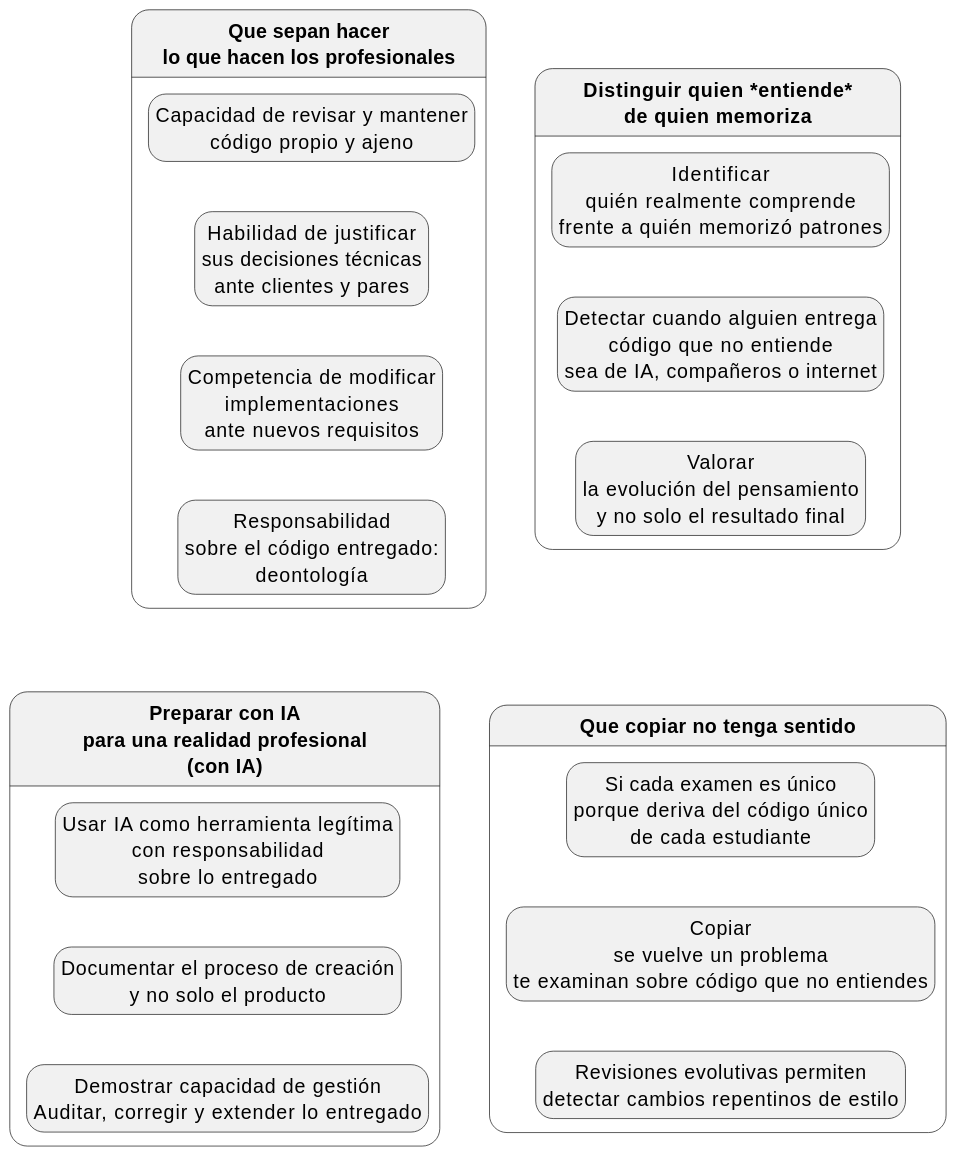
Earlier version of the PlantUML export images/modelosUML/queBuscamos.svg (mmasias/mmasias).
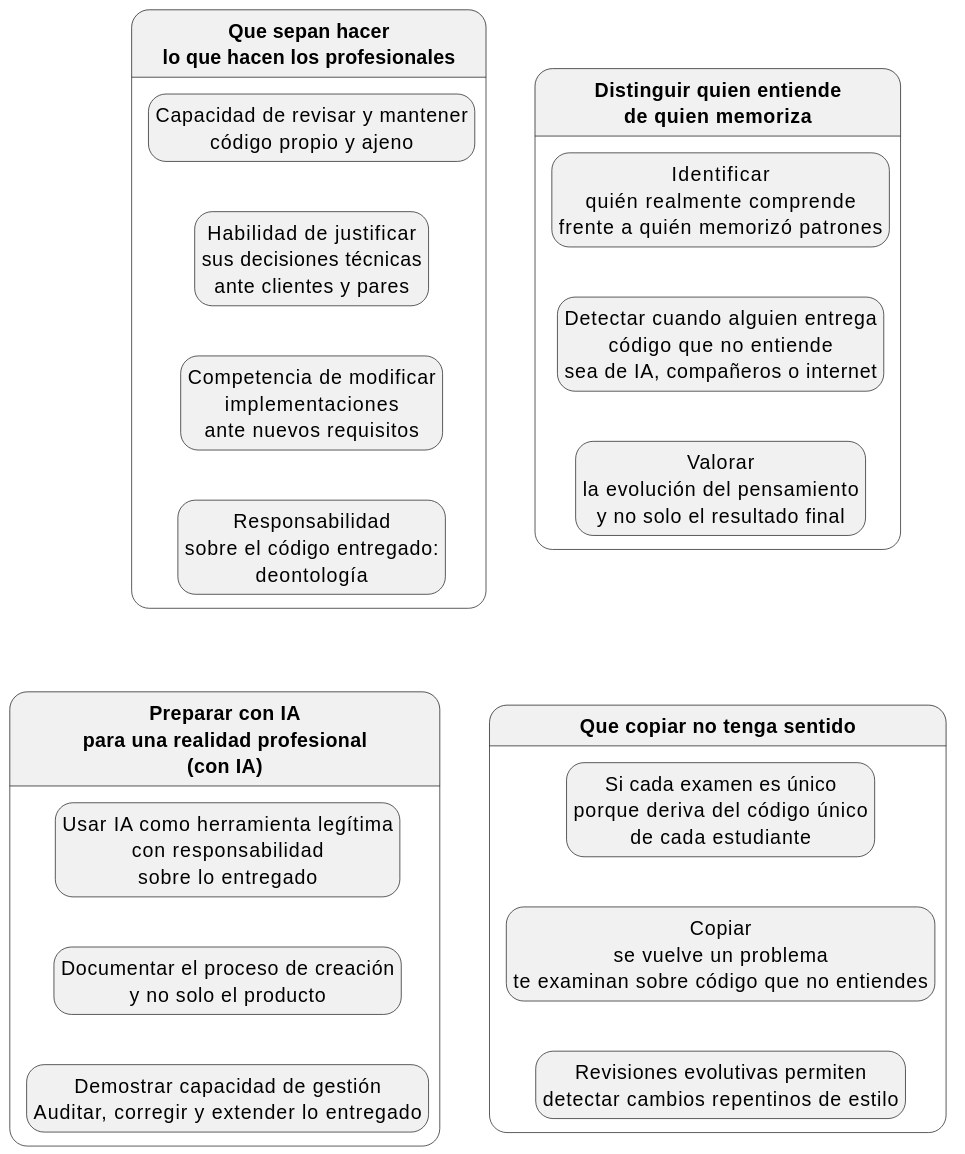
After the change.

Commit message:
fic: typo

What changed in the source:
```diff
@@ -9,7 +9,7 @@
 
 }
 
-state DISTINGUIR as "<b>Distinguir quien *entiende*\n<b>de quien memoriza</b>" {
+state DISTINGUIR as "<b>Distinguir quien entiende\n<b>de quien memoriza</b>" {
     state DISTINGUIR1 as "Identificar\nquién realmente comprende\nfrente a quién memorizó patrones"
     state DISTINGUIR2 as "Detectar cuando alguien entrega\ncódigo que no entiende\nsea de IA, compañeros o internet"
     state DISTINGUIR3 as "Valorar\nla evolución del pensamiento\ny no solo el resultado final"
```
